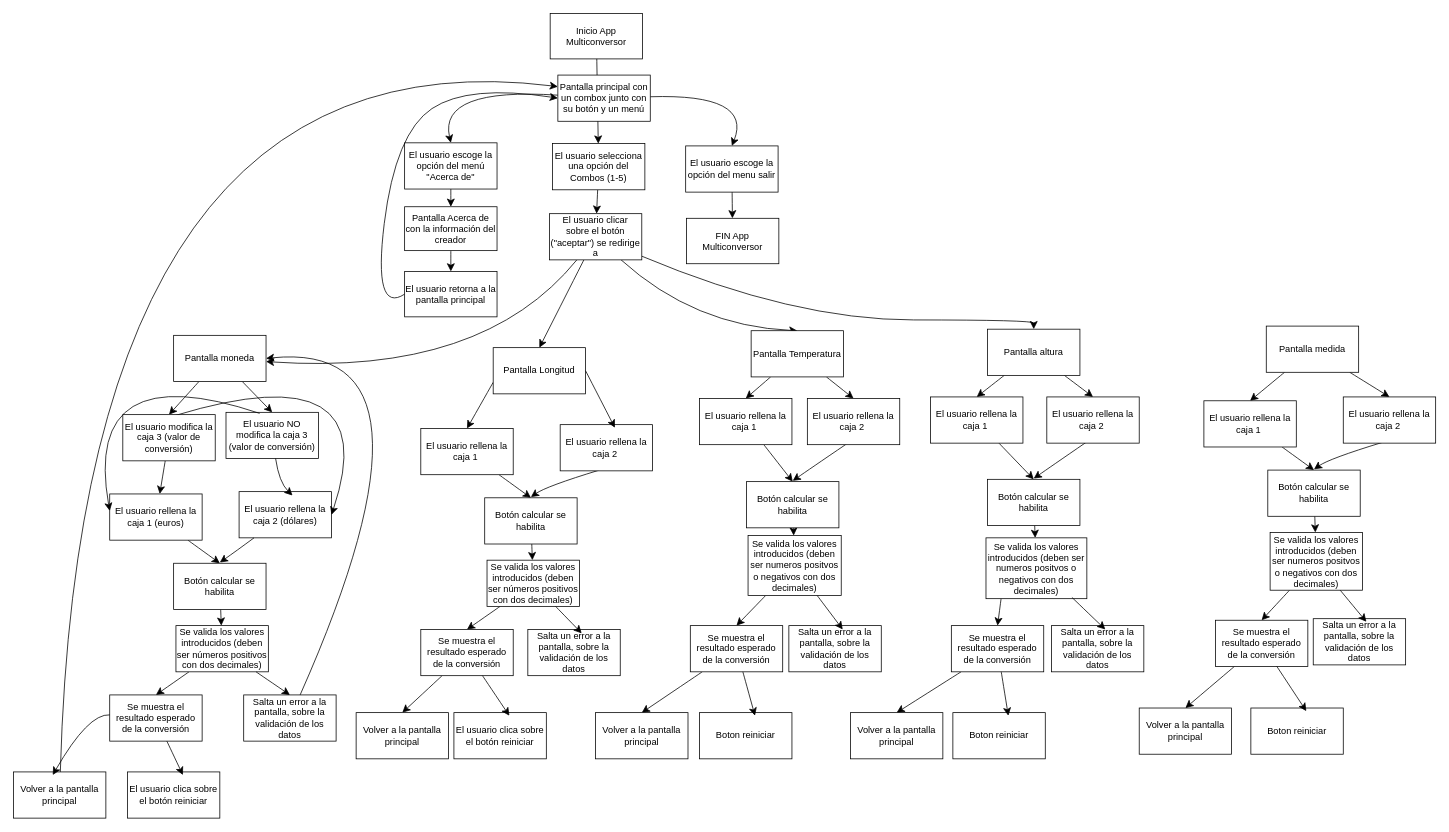
Earlier version of the draw.io diagram page "Página-2" (2 of 2) of Diagrama sin título.drawio (nayrariosaguilar/OdooStickerModule). Source tidied: cells renumbered, new cells numbered last; positions are measured from the earlier drawing's top-left corner, leaving out a move shared by most shapes. Both pictures are drawn from the tidied source at 77%, with x=0, y=0 at pixel (13, 13).
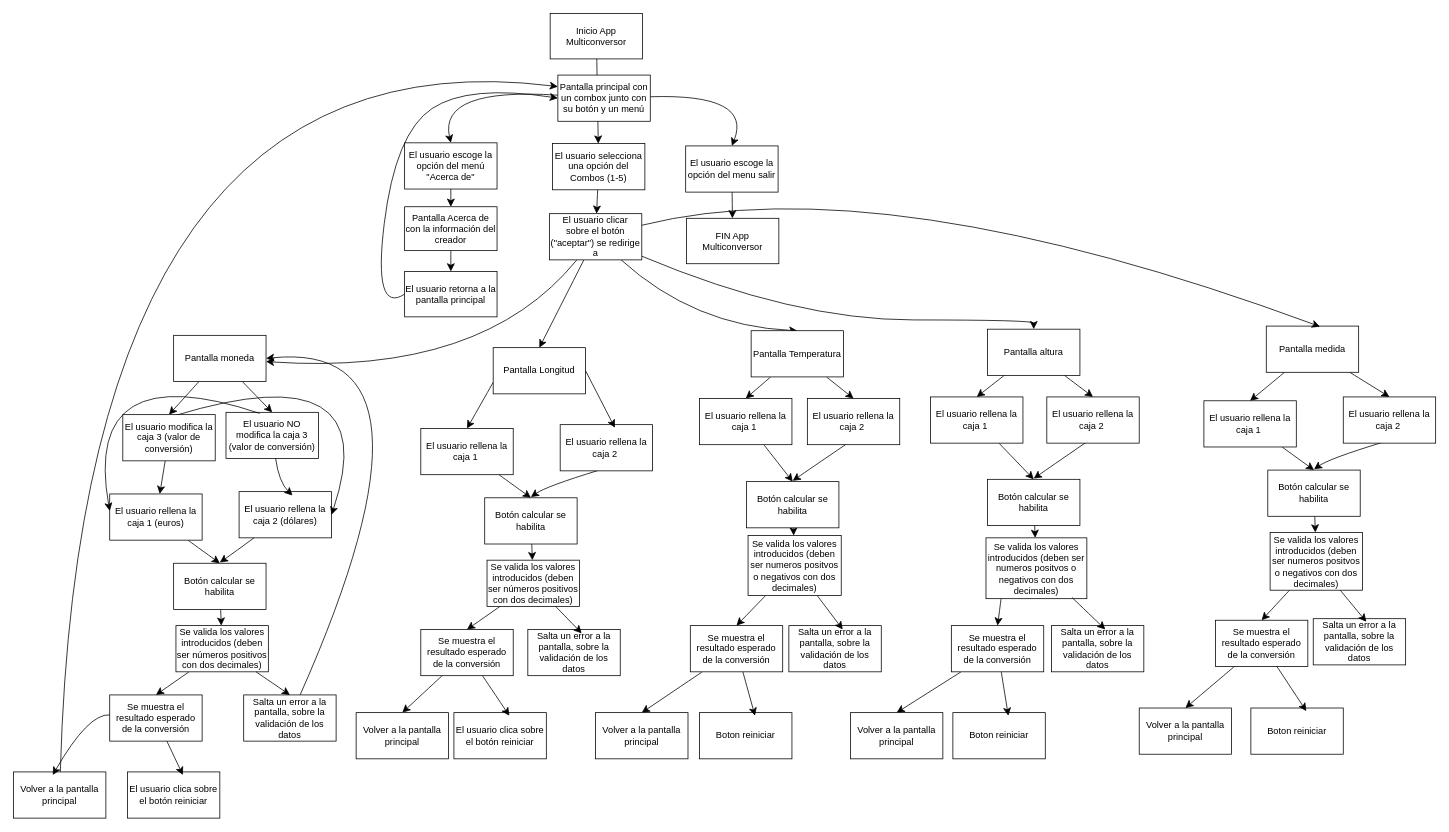
The same page after the edit.

The change refers to these unchanged cells:
```xml
<mxCell id="13" value="El usuario clicar sobre el botón (&quot;aceptar&quot;) se redirige a" style="rounded=0;whiteSpace=wrap;html=1;" parent="1" vertex="1">
  <mxGeometry x="696" y="260" width="120" height="60" as="geometry" />
</mxCell>
<mxCell id="36" value="Pantalla medida" style="rounded=0;whiteSpace=wrap;html=1;" parent="1" vertex="1">
  <mxGeometry x="1627" y="406" width="120" height="60" as="geometry" />
</mxCell>
```

What changed in the source:
```diff
@@
+    <mxCell id="123" style="edgeStyle=none;curved=1;rounded=0;jettySize=auto;html=1;entryX=0.581;entryY=0.011;entryDx=0;entryDy=0;entryPerimeter=0;fontSize=12;startSize=8;endSize=8;" parent="1" edge="1" source="13" target="36">
+      <mxGeometry relative="1" as="geometry">
+        <Array as="points">
+          <mxPoint x="1129" y="197" />
+        </Array>
+      </mxGeometry>
+    </mxCell>
```
